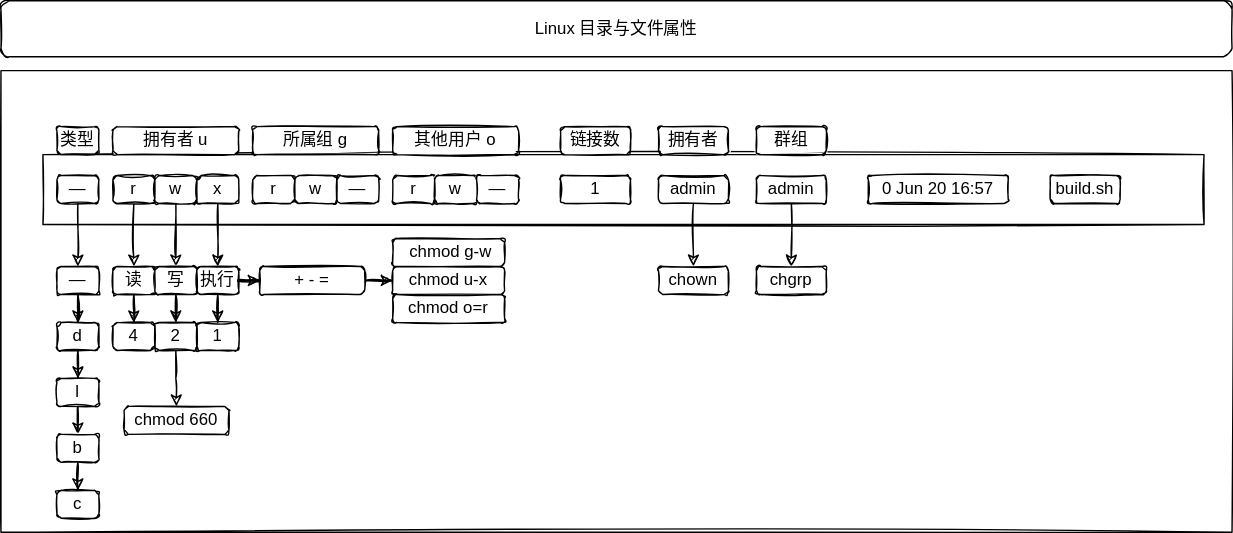
This is 03-工作环境/images/Dir_File_Perm.svg from cd-home/Root, a draw.io export, as it was before one commit. Source tidied: cells renumbered, new cells last; positions are measured from the earlier drawing's top-left corner, leaving out a move shared by most shapes.
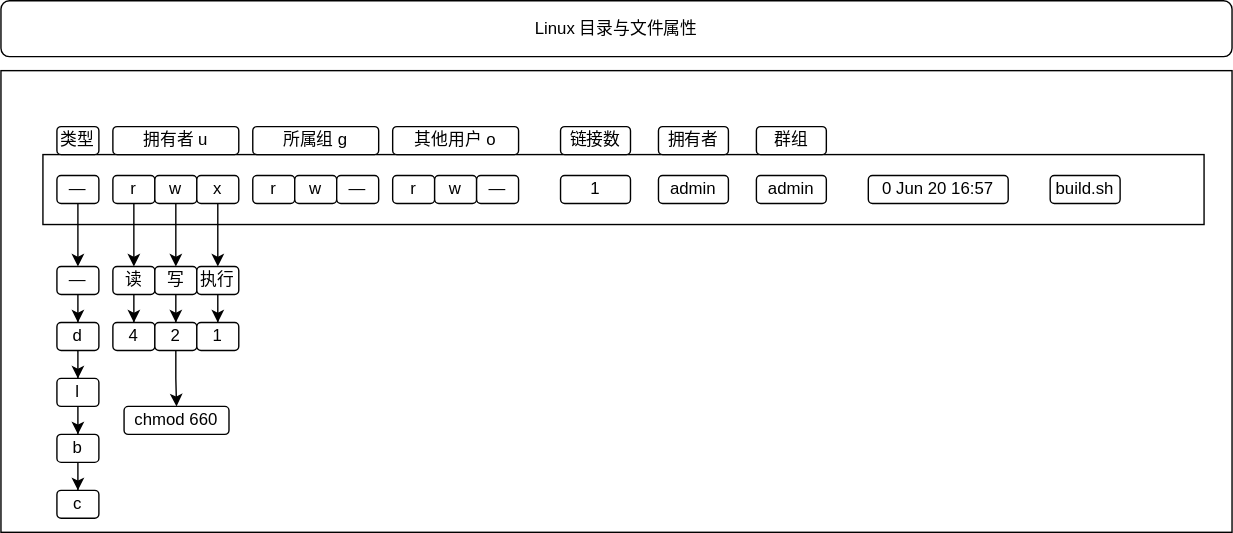
The same diagram one commit later.

Change to the diagram source:
```diff
@@ -2,181 +2,151 @@
   <root>
     <mxCell id="0" />
     <mxCell id="1" parent="0" />
-    <mxCell id="2" value="Linux 目录与文件属性" style="rounded=1;whiteSpace=wrap;html=1;sketch=1;" parent="1" vertex="1">
+    <mxCell id="2" value="Linux 目录与文件属性" style="rounded=1;whiteSpace=wrap;html=1;" parent="1" vertex="1">
       <mxGeometry width="880" height="40" as="geometry" />
     </mxCell>
-    <mxCell id="3" style="rounded=0;whiteSpace=wrap;html=1;sketch=1;" parent="1" vertex="1">
+    <mxCell id="3" style="rounded=0;whiteSpace=wrap;html=1;" parent="1" vertex="1">
       <mxGeometry y="50" width="880" height="330" as="geometry" />
     </mxCell>
-    <mxCell id="4" style="rounded=0;whiteSpace=wrap;html=1;sketch=1;" parent="1" vertex="1">
+    <mxCell id="4" style="rounded=0;whiteSpace=wrap;html=1;" parent="1" vertex="1">
       <mxGeometry x="30" y="110" width="830" height="50" as="geometry" />
     </mxCell>
-    <mxCell id="5" style="edgeStyle=orthogonalEdgeStyle;rounded=0;jettySize=auto;html=1;sketch=1;" parent="1" edge="1" source="6" target="27">
+    <mxCell id="5" style="edgeStyle=orthogonalEdgeStyle;rounded=0;jettySize=auto;html=1;" parent="1" edge="1" source="6" target="27">
       <mxGeometry relative="1" as="geometry" />
     </mxCell>
-    <mxCell id="6" value="—" style="rounded=1;whiteSpace=wrap;html=1;sketch=1;" parent="1" vertex="1">
+    <mxCell id="6" value="—" style="rounded=1;whiteSpace=wrap;html=1;" parent="1" vertex="1">
       <mxGeometry x="40" y="125" width="30" height="20" as="geometry" />
     </mxCell>
-    <mxCell id="7" style="edgeStyle=orthogonalEdgeStyle;rounded=0;jettySize=auto;html=1;sketch=1;" parent="1" edge="1" source="8" target="29">
+    <mxCell id="7" style="edgeStyle=orthogonalEdgeStyle;rounded=0;jettySize=auto;html=1;" parent="1" edge="1" source="8" target="29">
       <mxGeometry relative="1" as="geometry" />
     </mxCell>
-    <mxCell id="8" value="r" style="rounded=1;whiteSpace=wrap;html=1;sketch=1;" parent="1" vertex="1">
+    <mxCell id="8" value="r" style="rounded=1;whiteSpace=wrap;html=1;" parent="1" vertex="1">
       <mxGeometry x="80" y="125" width="30" height="20" as="geometry" />
     </mxCell>
-    <mxCell id="9" style="edgeStyle=orthogonalEdgeStyle;rounded=0;jettySize=auto;html=1;sketch=1;" parent="1" edge="1" source="10" target="31">
+    <mxCell id="9" style="edgeStyle=orthogonalEdgeStyle;rounded=0;jettySize=auto;html=1;" parent="1" edge="1" source="10" target="31">
       <mxGeometry relative="1" as="geometry" />
     </mxCell>
-    <mxCell id="10" value="w" style="rounded=1;whiteSpace=wrap;html=1;sketch=1;" parent="1" vertex="1">
+    <mxCell id="10" value="w" style="rounded=1;whiteSpace=wrap;html=1;" parent="1" vertex="1">
       <mxGeometry x="110" y="125" width="30" height="20" as="geometry" />
     </mxCell>
-    <mxCell id="11" style="edgeStyle=orthogonalEdgeStyle;rounded=0;jettySize=auto;html=1;sketch=1;" parent="1" edge="1" source="12" target="34">
+    <mxCell id="11" style="edgeStyle=orthogonalEdgeStyle;rounded=0;jettySize=auto;html=1;" parent="1" edge="1" source="12" target="34">
       <mxGeometry relative="1" as="geometry" />
     </mxCell>
-    <mxCell id="12" value="x" style="rounded=1;whiteSpace=wrap;html=1;sketch=1;" parent="1" vertex="1">
+    <mxCell id="12" value="x" style="rounded=1;whiteSpace=wrap;html=1;" parent="1" vertex="1">
       <mxGeometry x="140" y="125" width="30" height="20" as="geometry" />
     </mxCell>
-    <mxCell id="13" value="r" style="rounded=1;whiteSpace=wrap;html=1;sketch=1;" parent="1" vertex="1">
+    <mxCell id="13" value="r" style="rounded=1;whiteSpace=wrap;html=1;" parent="1" vertex="1">
       <mxGeometry x="180" y="125" width="30" height="20" as="geometry" />
     </mxCell>
-    <mxCell id="14" value="w" style="rounded=1;whiteSpace=wrap;html=1;sketch=1;" parent="1" vertex="1">
+    <mxCell id="14" value="w" style="rounded=1;whiteSpace=wrap;html=1;" parent="1" vertex="1">
       <mxGeometry x="210" y="125" width="30" height="20" as="geometry" />
     </mxCell>
-    <mxCell id="15" value="—" style="rounded=1;whiteSpace=wrap;html=1;sketch=1;" parent="1" vertex="1">
+    <mxCell id="15" value="—" style="rounded=1;whiteSpace=wrap;html=1;" parent="1" vertex="1">
       <mxGeometry x="240" y="125" width="30" height="20" as="geometry" />
     </mxCell>
-    <mxCell id="16" value="r" style="rounded=1;whiteSpace=wrap;html=1;sketch=1;" parent="1" vertex="1">
+    <mxCell id="16" value="r" style="rounded=1;whiteSpace=wrap;html=1;" parent="1" vertex="1">
       <mxGeometry x="280" y="125" width="30" height="20" as="geometry" />
     </mxCell>
-    <mxCell id="17" value="w" style="rounded=1;whiteSpace=wrap;html=1;sketch=1;" parent="1" vertex="1">
+    <mxCell id="17" value="w" style="rounded=1;whiteSpace=wrap;html=1;" parent="1" vertex="1">
       <mxGeometry x="310" y="125" width="30" height="20" as="geometry" />
     </mxCell>
-    <mxCell id="18" value="—" style="rounded=1;whiteSpace=wrap;html=1;sketch=1;" parent="1" vertex="1">
+    <mxCell id="18" value="—" style="rounded=1;whiteSpace=wrap;html=1;" parent="1" vertex="1">
       <mxGeometry x="340" y="125" width="30" height="20" as="geometry" />
     </mxCell>
-    <mxCell id="19" value="1" style="rounded=1;whiteSpace=wrap;html=1;sketch=1;" parent="1" vertex="1">
+    <mxCell id="19" value="1" style="rounded=1;whiteSpace=wrap;html=1;" parent="1" vertex="1">
       <mxGeometry x="400" y="125" width="50" height="20" as="geometry" />
     </mxCell>
-    <mxCell id="20" style="edgeStyle=orthogonalEdgeStyle;rounded=0;jettySize=auto;html=1;sketch=1;" parent="1" edge="1" source="21" target="56">
-      <mxGeometry relative="1" as="geometry" />
-    </mxCell>
-    <mxCell id="21" value="admin" style="rounded=1;whiteSpace=wrap;html=1;sketch=1;" parent="1" vertex="1">
+    <mxCell id="21" value="admin" style="rounded=1;whiteSpace=wrap;html=1;" parent="1" vertex="1">
       <mxGeometry x="470" y="125" width="50" height="20" as="geometry" />
     </mxCell>
-    <mxCell id="22" style="edgeStyle=orthogonalEdgeStyle;rounded=0;jettySize=auto;html=1;sketch=1;" parent="1" edge="1" source="23" target="59">
-      <mxGeometry relative="1" as="geometry" />
-    </mxCell>
-    <mxCell id="23" value="admin" style="rounded=1;whiteSpace=wrap;html=1;sketch=1;" parent="1" vertex="1">
+    <mxCell id="23" value="admin" style="rounded=1;whiteSpace=wrap;html=1;" parent="1" vertex="1">
       <mxGeometry x="540" y="125" width="50" height="20" as="geometry" />
     </mxCell>
-    <mxCell id="24" value="0 Jun 20 16:57" style="rounded=1;whiteSpace=wrap;html=1;sketch=1;" parent="1" vertex="1">
+    <mxCell id="24" value="0 Jun 20 16:57" style="rounded=1;whiteSpace=wrap;html=1;" parent="1" vertex="1">
       <mxGeometry x="620" y="125" width="100" height="20" as="geometry" />
     </mxCell>
-    <mxCell id="25" value="build.sh" style="rounded=1;whiteSpace=wrap;html=1;sketch=1;" parent="1" vertex="1">
+    <mxCell id="25" value="build.sh" style="rounded=1;whiteSpace=wrap;html=1;" parent="1" vertex="1">
       <mxGeometry x="750" y="125" width="50" height="20" as="geometry" />
     </mxCell>
-    <mxCell id="26" style="edgeStyle=orthogonalEdgeStyle;rounded=0;jettySize=auto;html=1;sketch=1;" parent="1" edge="1" source="27" target="40">
+    <mxCell id="26" style="edgeStyle=orthogonalEdgeStyle;rounded=0;jettySize=auto;html=1;" parent="1" edge="1" source="27" target="40">
       <mxGeometry relative="1" as="geometry" />
     </mxCell>
-    <mxCell id="27" value="—" style="rounded=1;whiteSpace=wrap;html=1;sketch=1;" parent="1" vertex="1">
+    <mxCell id="27" value="—" style="rounded=1;whiteSpace=wrap;html=1;" parent="1" vertex="1">
       <mxGeometry x="40" y="190" width="30" height="20" as="geometry" />
     </mxCell>
-    <mxCell id="28" style="edgeStyle=orthogonalEdgeStyle;rounded=0;jettySize=auto;html=1;sketch=1;" parent="1" edge="1" source="29" target="46">
+    <mxCell id="28" style="edgeStyle=orthogonalEdgeStyle;rounded=0;jettySize=auto;html=1;" parent="1" edge="1" source="29" target="46">
       <mxGeometry relative="1" as="geometry" />
     </mxCell>
-    <mxCell id="29" value="读" style="rounded=1;whiteSpace=wrap;html=1;sketch=1;" parent="1" vertex="1">
+    <mxCell id="29" value="读" style="rounded=1;whiteSpace=wrap;html=1;" parent="1" vertex="1">
       <mxGeometry x="80" y="190" width="30" height="20" as="geometry" />
     </mxCell>
-    <mxCell id="30" style="edgeStyle=orthogonalEdgeStyle;rounded=0;jettySize=auto;html=1;sketch=1;" parent="1" edge="1" source="31" target="48">
+    <mxCell id="30" style="edgeStyle=orthogonalEdgeStyle;rounded=0;jettySize=auto;html=1;" parent="1" edge="1" source="31" target="48">
       <mxGeometry relative="1" as="geometry" />
     </mxCell>
-    <mxCell id="31" value="写" style="rounded=1;whiteSpace=wrap;html=1;sketch=1;" parent="1" vertex="1">
+    <mxCell id="31" value="写" style="rounded=1;whiteSpace=wrap;html=1;" parent="1" vertex="1">
       <mxGeometry x="110" y="190" width="30" height="20" as="geometry" />
     </mxCell>
-    <mxCell id="32" style="edgeStyle=orthogonalEdgeStyle;rounded=0;jettySize=auto;html=1;sketch=1;" parent="1" edge="1" source="34" target="49">
+    <mxCell id="32" style="edgeStyle=orthogonalEdgeStyle;rounded=0;jettySize=auto;html=1;" parent="1" edge="1" source="34" target="49">
       <mxGeometry relative="1" as="geometry" />
     </mxCell>
-    <mxCell id="33" style="edgeStyle=orthogonalEdgeStyle;rounded=0;jettySize=auto;html=1;sketch=1;" parent="1" edge="1" source="34" target="51">
-      <mxGeometry relative="1" as="geometry" />
-    </mxCell>
-    <mxCell id="34" value="执行" style="rounded=1;whiteSpace=wrap;html=1;sketch=1;" parent="1" vertex="1">
+    <mxCell id="34" value="执行" style="rounded=1;whiteSpace=wrap;html=1;" parent="1" vertex="1">
       <mxGeometry x="140" y="190" width="30" height="20" as="geometry" />
     </mxCell>
-    <mxCell id="35" value="拥有者 u" style="rounded=1;whiteSpace=wrap;html=1;sketch=1;" parent="1" vertex="1">
+    <mxCell id="35" value="拥有者 u" style="rounded=1;whiteSpace=wrap;html=1;" parent="1" vertex="1">
       <mxGeometry x="80" y="90" width="90" height="20" as="geometry" />
     </mxCell>
-    <mxCell id="36" value="所属组 g" style="rounded=1;whiteSpace=wrap;html=1;sketch=1;" parent="1" vertex="1">
+    <mxCell id="36" value="所属组 g" style="rounded=1;whiteSpace=wrap;html=1;" parent="1" vertex="1">
       <mxGeometry x="180" y="90" width="90" height="20" as="geometry" />
     </mxCell>
-    <mxCell id="37" value="其他用户 o" style="rounded=1;whiteSpace=wrap;html=1;sketch=1;" parent="1" vertex="1">
+    <mxCell id="37" value="其他用户 o" style="rounded=1;whiteSpace=wrap;html=1;" parent="1" vertex="1">
       <mxGeometry x="280" y="90" width="90" height="20" as="geometry" />
     </mxCell>
-    <mxCell id="38" value="类型" style="rounded=1;whiteSpace=wrap;html=1;sketch=1;" parent="1" vertex="1">
+    <mxCell id="38" value="类型" style="rounded=1;whiteSpace=wrap;html=1;" parent="1" vertex="1">
       <mxGeometry x="40" y="90" width="30" height="20" as="geometry" />
     </mxCell>
-    <mxCell id="39" style="edgeStyle=orthogonalEdgeStyle;rounded=0;jettySize=auto;html=1;sketch=1;" parent="1" edge="1" source="40" target="42">
+    <mxCell id="39" style="edgeStyle=orthogonalEdgeStyle;rounded=0;jettySize=auto;html=1;" parent="1" edge="1" source="40" target="42">
       <mxGeometry relative="1" as="geometry" />
     </mxCell>
-    <mxCell id="40" value="d" style="rounded=1;whiteSpace=wrap;html=1;sketch=1;" parent="1" vertex="1">
+    <mxCell id="40" value="d" style="rounded=1;whiteSpace=wrap;html=1;" parent="1" vertex="1">
       <mxGeometry x="40" y="230" width="30" height="20" as="geometry" />
     </mxCell>
-    <mxCell id="41" style="edgeStyle=orthogonalEdgeStyle;rounded=0;jettySize=auto;html=1;sketch=1;" parent="1" edge="1" source="42" target="44">
+    <mxCell id="41" style="edgeStyle=orthogonalEdgeStyle;rounded=0;jettySize=auto;html=1;" parent="1" edge="1" source="42" target="44">
       <mxGeometry relative="1" as="geometry" />
     </mxCell>
-    <mxCell id="42" value="l" style="rounded=1;whiteSpace=wrap;html=1;sketch=1;" parent="1" vertex="1">
+    <mxCell id="42" value="l" style="rounded=1;whiteSpace=wrap;html=1;" parent="1" vertex="1">
       <mxGeometry x="40" y="270" width="30" height="20" as="geometry" />
     </mxCell>
-    <mxCell id="43" style="edgeStyle=orthogonalEdgeStyle;rounded=0;jettySize=auto;html=1;sketch=1;" parent="1" edge="1" source="44" target="45">
+    <mxCell id="43" style="edgeStyle=orthogonalEdgeStyle;rounded=0;jettySize=auto;html=1;" parent="1" edge="1" source="44" target="45">
       <mxGeometry relative="1" as="geometry" />
     </mxCell>
-    <mxCell id="44" value="b" style="rounded=1;whiteSpace=wrap;html=1;sketch=1;" parent="1" vertex="1">
+    <mxCell id="44" value="b" style="rounded=1;whiteSpace=wrap;html=1;" parent="1" vertex="1">
       <mxGeometry x="40" y="310" width="30" height="20" as="geometry" />
     </mxCell>
-    <mxCell id="45" value="c" style="rounded=1;whiteSpace=wrap;html=1;sketch=1;" parent="1" vertex="1">
+    <mxCell id="45" value="c" style="rounded=1;whiteSpace=wrap;html=1;" parent="1" vertex="1">
       <mxGeometry x="40" y="350" width="30" height="20" as="geometry" />
     </mxCell>
-    <mxCell id="46" value="4" style="rounded=1;whiteSpace=wrap;html=1;sketch=1;" parent="1" vertex="1">
+    <mxCell id="46" value="4" style="rounded=1;whiteSpace=wrap;html=1;" parent="1" vertex="1">
       <mxGeometry x="80" y="230" width="30" height="20" as="geometry" />
     </mxCell>
-    <mxCell id="47" style="edgeStyle=orthogonalEdgeStyle;rounded=0;jettySize=auto;html=1;sketch=1;" parent="1" edge="1" source="48" target="55">
+    <mxCell id="47" style="edgeStyle=orthogonalEdgeStyle;rounded=0;jettySize=auto;html=1;" parent="1" edge="1" source="48" target="55">
       <mxGeometry relative="1" as="geometry" />
     </mxCell>
-    <mxCell id="48" value="2" style="rounded=1;whiteSpace=wrap;html=1;sketch=1;" parent="1" vertex="1">
+    <mxCell id="48" value="2" style="rounded=1;whiteSpace=wrap;html=1;" parent="1" vertex="1">
       <mxGeometry x="110" y="230" width="30" height="20" as="geometry" />
     </mxCell>
-    <mxCell id="49" value="1" style="rounded=1;whiteSpace=wrap;html=1;sketch=1;" parent="1" vertex="1">
+    <mxCell id="49" value="1" style="rounded=1;whiteSpace=wrap;html=1;" parent="1" vertex="1">
       <mxGeometry x="140" y="230" width="30" height="20" as="geometry" />
     </mxCell>
-    <mxCell id="50" style="edgeStyle=orthogonalEdgeStyle;rounded=0;jettySize=auto;html=1;sketch=1;" parent="1" edge="1" source="51" target="52">
-      <mxGeometry relative="1" as="geometry" />
-    </mxCell>
-    <mxCell id="51" value="+ - =" style="rounded=1;whiteSpace=wrap;html=1;sketch=1;" parent="1" vertex="1">
-      <mxGeometry x="185" y="190" width="75" height="20" as="geometry" />
-    </mxCell>
-    <mxCell id="52" value="chmod u-x" style="rounded=1;whiteSpace=wrap;html=1;sketch=1;" parent="1" vertex="1">
-      <mxGeometry x="280" y="190" width="80" height="20" as="geometry" />
-    </mxCell>
-    <mxCell id="53" value="&amp;nbsp; chmod g-w&amp;nbsp;" style="rounded=1;whiteSpace=wrap;html=1;sketch=1;" parent="1" vertex="1">
-      <mxGeometry x="280" y="170" width="80" height="20" as="geometry" />
-    </mxCell>
-    <mxCell id="54" value="chmod o=r" style="rounded=1;whiteSpace=wrap;html=1;sketch=1;" parent="1" vertex="1">
-      <mxGeometry x="280" y="210" width="80" height="20" as="geometry" />
-    </mxCell>
-    <mxCell id="55" value="chmod 660" style="rounded=1;whiteSpace=wrap;html=1;sketch=1;" parent="1" vertex="1">
+    <mxCell id="55" value="chmod 660" style="rounded=1;whiteSpace=wrap;html=1;" parent="1" vertex="1">
       <mxGeometry x="88" y="290" width="75" height="20" as="geometry" />
     </mxCell>
-    <mxCell id="56" value="chown" style="rounded=1;whiteSpace=wrap;html=1;sketch=1;" parent="1" vertex="1">
-      <mxGeometry x="470" y="190" width="50" height="20" as="geometry" />
-    </mxCell>
-    <mxCell id="57" value="拥有者" style="rounded=1;whiteSpace=wrap;html=1;sketch=1;" parent="1" vertex="1">
+    <mxCell id="57" value="拥有者" style="rounded=1;whiteSpace=wrap;html=1;" parent="1" vertex="1">
       <mxGeometry x="470" y="90" width="50" height="20" as="geometry" />
     </mxCell>
-    <mxCell id="58" value="群组" style="rounded=1;whiteSpace=wrap;html=1;sketch=1;" parent="1" vertex="1">
+    <mxCell id="58" value="群组" style="rounded=1;whiteSpace=wrap;html=1;" parent="1" vertex="1">
       <mxGeometry x="540" y="90" width="50" height="20" as="geometry" />
     </mxCell>
-    <mxCell id="59" value="chgrp" style="rounded=1;whiteSpace=wrap;html=1;sketch=1;" parent="1" vertex="1">
-      <mxGeometry x="540" y="190" width="50" height="20" as="geometry" />
-    </mxCell>
-    <mxCell id="60" value="链接数" style="rounded=1;whiteSpace=wrap;html=1;sketch=1;" parent="1" vertex="1">
+    <mxCell id="60" value="链接数" style="rounded=1;whiteSpace=wrap;html=1;" parent="1" vertex="1">
       <mxGeometry x="400" y="90" width="50" height="20" as="geometry" />
     </mxCell>
   </root>
```
